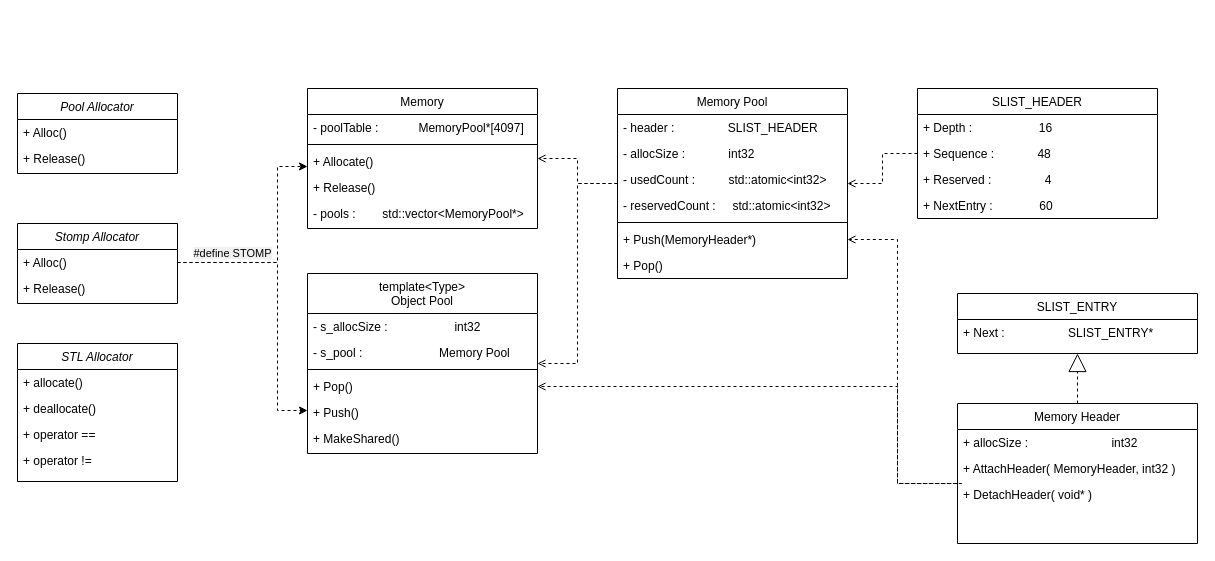
This is page "Memory" (2 of 8) of MyStudyMaterials/Class_Diagram(XML).drawio from PARKGIBAEK/Study_CPP_Memory-Managing, a draw.io file, before an edit. Source tidied: cells renumbered, new cells numbered last; positions are measured from the earlier drawing's top-left corner, leaving out a move shared by most shapes. Both pictures are drawn from the tidied source at 100%, with x=0, y=0 at pixel (17, 88).
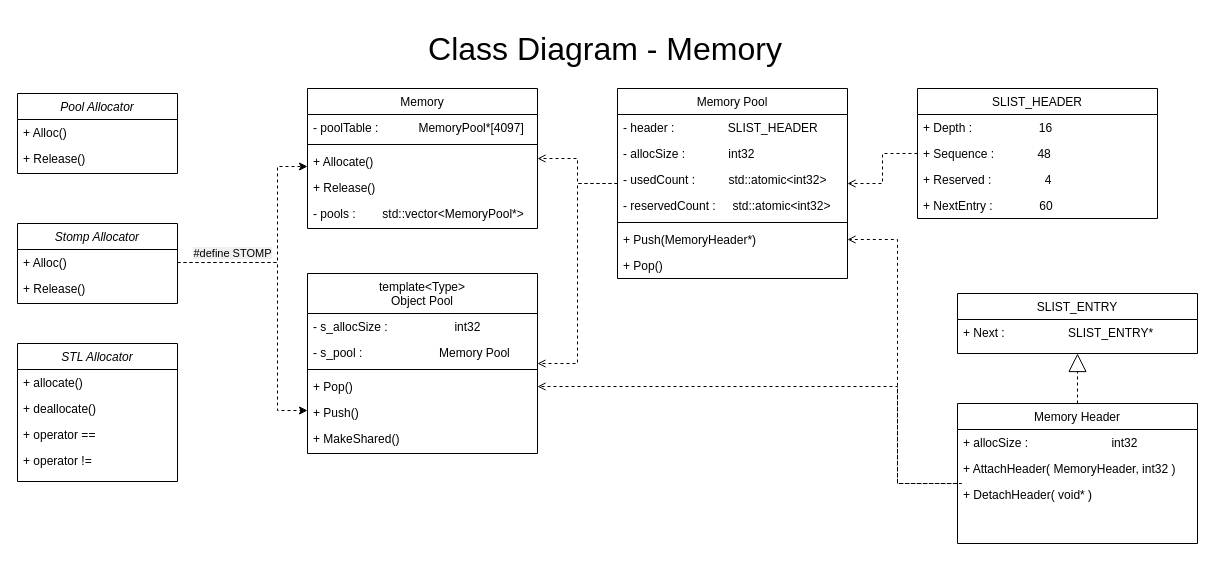
The same diagram, later.

What changed in the source:
```diff
@@
+    <mxCell id="54" value="Class Diagram - Memory" style="text;html=1;strokeColor=none;fillColor=none;align=center;verticalAlign=middle;whiteSpace=wrap;rounded=0;fontSize=32;" parent="1" vertex="1">
+      <mxGeometry x="328" y="-71" width="520" height="64" as="geometry" />
+    </mxCell>
```
